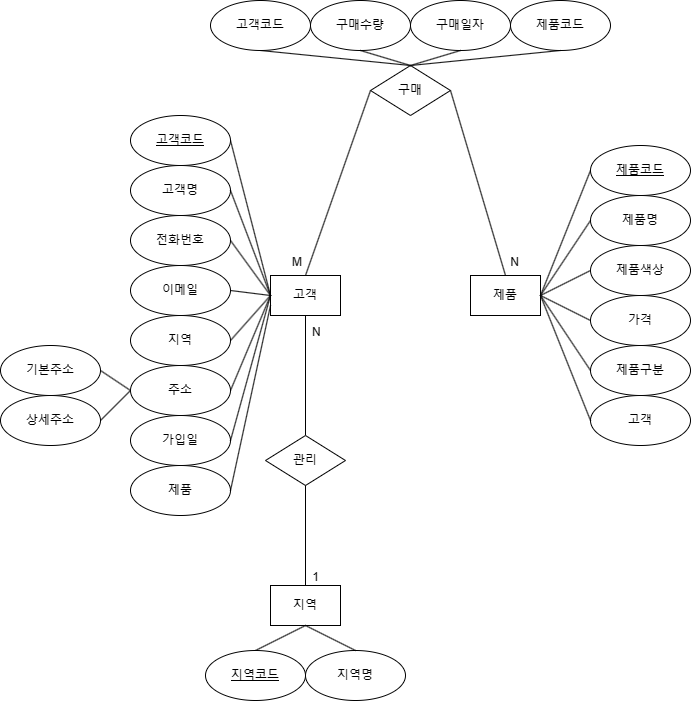
This is product.drawio.png from Eehnodu/DBStudy, a draw.io export, as it was before one commit. Source tidied: cells renumbered, new cells last; positions are measured from the earlier drawing's top-left corner, leaving out a move shared by most shapes. Its diagram source:
```xml
<mxGraphModel>
  <root>
    <mxCell id="0" />
    <mxCell id="1" parent="0" />
    <mxCell id="2" value="고객" style="rounded=0;whiteSpace=wrap;html=1;" parent="1" vertex="1">
      <mxGeometry x="270" y="275" width="70" height="40" as="geometry" />
    </mxCell>
    <mxCell id="3" value="제품" style="rounded=0;whiteSpace=wrap;html=1;" parent="1" vertex="1">
      <mxGeometry x="470" y="275" width="70" height="40" as="geometry" />
    </mxCell>
    <mxCell id="4" value="지역" style="rounded=0;whiteSpace=wrap;html=1;" parent="1" vertex="1">
      <mxGeometry x="270" y="585" width="70" height="40" as="geometry" />
    </mxCell>
    <mxCell id="5" value="지역명" style="ellipse;whiteSpace=wrap;html=1;" parent="1" vertex="1">
      <mxGeometry x="305" y="650" width="100" height="50" as="geometry" />
    </mxCell>
    <mxCell id="6" value="고객명" style="ellipse;whiteSpace=wrap;html=1;" parent="1" vertex="1">
      <mxGeometry x="130" y="165" width="100" height="50" as="geometry" />
    </mxCell>
    <mxCell id="7" value="전화번호" style="ellipse;whiteSpace=wrap;html=1;" parent="1" vertex="1">
      <mxGeometry x="130" y="215" width="100" height="50" as="geometry" />
    </mxCell>
    <mxCell id="8" value="이메일" style="ellipse;whiteSpace=wrap;html=1;" parent="1" vertex="1">
      <mxGeometry x="130" y="265" width="100" height="50" as="geometry" />
    </mxCell>
    <mxCell id="9" value="지역" style="ellipse;whiteSpace=wrap;html=1;" parent="1" vertex="1">
      <mxGeometry x="130" y="315" width="100" height="50" as="geometry" />
    </mxCell>
    <mxCell id="10" value="기본주소" style="ellipse;whiteSpace=wrap;html=1;" parent="1" vertex="1">
      <mxGeometry y="345" width="100" height="50" as="geometry" />
    </mxCell>
    <mxCell id="11" value="가입일" style="ellipse;whiteSpace=wrap;html=1;" parent="1" vertex="1">
      <mxGeometry x="130" y="415" width="100" height="50" as="geometry" />
    </mxCell>
    <mxCell id="12" value="구매수량" style="ellipse;whiteSpace=wrap;html=1;" parent="1" vertex="1">
      <mxGeometry x="310" width="100" height="50" as="geometry" />
    </mxCell>
    <mxCell id="13" value="구매일자" style="ellipse;whiteSpace=wrap;html=1;" parent="1" vertex="1">
      <mxGeometry x="410" width="100" height="50" as="geometry" />
    </mxCell>
    <mxCell id="14" value="제품색상" style="ellipse;whiteSpace=wrap;html=1;" parent="1" vertex="1">
      <mxGeometry x="590" y="245" width="100" height="50" as="geometry" />
    </mxCell>
    <mxCell id="15" value="가격" style="ellipse;whiteSpace=wrap;html=1;" parent="1" vertex="1">
      <mxGeometry x="590" y="295" width="100" height="50" as="geometry" />
    </mxCell>
    <mxCell id="16" value="구매" style="rhombus;whiteSpace=wrap;html=1;" parent="1" vertex="1">
      <mxGeometry x="370" y="65" width="80" height="50" as="geometry" />
    </mxCell>
    <mxCell id="17" value="제품명" style="ellipse;whiteSpace=wrap;html=1;" parent="1" vertex="1">
      <mxGeometry x="590" y="195" width="100" height="50" as="geometry" />
    </mxCell>
    <mxCell id="18" style="endArrow=none;html=1;rounded=0;exitX=1;exitY=0.5;exitDx=0;exitDy=0;entryX=0;entryY=0.5;entryDx=0;entryDy=0;" parent="1" edge="1" source="41" target="2">
      <mxGeometry relative="1" as="geometry" />
    </mxCell>
    <mxCell id="19" style="endArrow=none;html=1;rounded=0;exitX=1;exitY=0.5;exitDx=0;exitDy=0;entryX=0;entryY=0.5;entryDx=0;entryDy=0;" parent="1" edge="1" source="6" target="2">
      <mxGeometry relative="1" as="geometry" />
    </mxCell>
    <mxCell id="20" style="endArrow=none;html=1;rounded=0;exitX=1;exitY=0.5;exitDx=0;exitDy=0;entryX=0;entryY=0.5;entryDx=0;entryDy=0;" parent="1" edge="1" source="7" target="2">
      <mxGeometry relative="1" as="geometry" />
    </mxCell>
    <mxCell id="21" style="endArrow=none;html=1;rounded=0;exitX=1;exitY=0.5;exitDx=0;exitDy=0;entryX=0;entryY=0.5;entryDx=0;entryDy=0;" parent="1" edge="1" source="11" target="2">
      <mxGeometry relative="1" as="geometry" />
    </mxCell>
    <mxCell id="22" style="endArrow=none;html=1;rounded=0;exitX=1;exitY=0.5;exitDx=0;exitDy=0;entryX=0;entryY=0.5;entryDx=0;entryDy=0;" parent="1" edge="1" source="8" target="2">
      <mxGeometry relative="1" as="geometry" />
    </mxCell>
    <mxCell id="23" style="endArrow=none;html=1;rounded=0;exitX=1;exitY=0.5;exitDx=0;exitDy=0;entryX=0;entryY=0.5;entryDx=0;entryDy=0;" parent="1" edge="1" source="45" target="2">
      <mxGeometry relative="1" as="geometry" />
    </mxCell>
    <mxCell id="24" style="endArrow=none;html=1;rounded=0;exitX=1;exitY=0.5;exitDx=0;exitDy=0;entryX=0;entryY=0.5;entryDx=0;entryDy=0;" parent="1" edge="1" source="9" target="2">
      <mxGeometry relative="1" as="geometry" />
    </mxCell>
    <mxCell id="25" style="endArrow=none;html=1;rounded=0;exitX=0.5;exitY=1;exitDx=0;exitDy=0;entryX=0.5;entryY=0;entryDx=0;entryDy=0;" parent="1" edge="1" source="4" target="42">
      <mxGeometry relative="1" as="geometry" />
    </mxCell>
    <mxCell id="26" style="endArrow=none;html=1;rounded=0;exitX=1;exitY=0.5;exitDx=0;exitDy=0;entryX=0;entryY=0.5;entryDx=0;entryDy=0;" parent="1" edge="1" source="34" target="45">
      <mxGeometry relative="1" as="geometry" />
    </mxCell>
    <mxCell id="27" style="endArrow=none;html=1;rounded=0;exitX=0.5;exitY=1;exitDx=0;exitDy=0;entryX=0.5;entryY=0;entryDx=0;entryDy=0;" parent="1" edge="1" source="4" target="5">
      <mxGeometry relative="1" as="geometry" />
    </mxCell>
    <mxCell id="28" style="endArrow=none;html=1;rounded=0;exitX=1;exitY=0.5;exitDx=0;exitDy=0;entryX=0;entryY=0.5;entryDx=0;entryDy=0;" parent="1" edge="1" source="3" target="43">
      <mxGeometry relative="1" as="geometry" />
    </mxCell>
    <mxCell id="29" style="endArrow=none;html=1;rounded=0;exitX=0;exitY=0.5;exitDx=0;exitDy=0;entryX=1;entryY=0.5;entryDx=0;entryDy=0;" parent="1" edge="1" source="15" target="3">
      <mxGeometry relative="1" as="geometry" />
    </mxCell>
    <mxCell id="30" style="endArrow=none;html=1;rounded=0;exitX=1;exitY=0.5;exitDx=0;exitDy=0;entryX=0;entryY=0.5;entryDx=0;entryDy=0;" parent="1" edge="1" source="3" target="14">
      <mxGeometry relative="1" as="geometry" />
    </mxCell>
    <mxCell id="31" style="endArrow=none;html=1;rounded=0;exitX=1;exitY=0.5;exitDx=0;exitDy=0;entryX=0;entryY=0.5;entryDx=0;entryDy=0;" parent="1" edge="1" source="3" target="17">
      <mxGeometry relative="1" as="geometry" />
    </mxCell>
    <mxCell id="32" style="endArrow=none;html=1;rounded=0;exitX=0.5;exitY=1;exitDx=0;exitDy=0;entryX=0.5;entryY=0;entryDx=0;entryDy=0;" parent="1" edge="1" source="13" target="16">
      <mxGeometry relative="1" as="geometry" />
    </mxCell>
    <mxCell id="33" style="endArrow=none;html=1;rounded=0;exitX=0.5;exitY=1;exitDx=0;exitDy=0;entryX=0.5;entryY=0;entryDx=0;entryDy=0;" parent="1" edge="1" source="12" target="16">
      <mxGeometry relative="1" as="geometry" />
    </mxCell>
    <mxCell id="34" value="상세주소" style="ellipse;whiteSpace=wrap;html=1;" parent="1" vertex="1">
      <mxGeometry y="395" width="100" height="50" as="geometry" />
    </mxCell>
    <mxCell id="35" style="endArrow=none;html=1;rounded=0;exitX=1;exitY=0.5;exitDx=0;exitDy=0;entryX=0;entryY=0.5;entryDx=0;entryDy=0;" parent="1" edge="1" source="10" target="45">
      <mxGeometry relative="1" as="geometry" />
    </mxCell>
    <mxCell id="36" style="endArrow=none;html=1;rounded=0;entryX=0.5;entryY=0;entryDx=0;entryDy=0;exitX=0.5;exitY=1;exitDx=0;exitDy=0;" parent="1" edge="1" source="2" target="52">
      <mxGeometry relative="1" as="geometry" />
    </mxCell>
    <mxCell id="37" value="N" style="html=1;whiteSpace=wrap;align=left;verticalAlign=bottom;" parent="36" vertex="1">
      <mxGeometry x="-1" relative="1" as="geometry">
        <mxPoint x="5" y="25" as="offset" />
      </mxGeometry>
    </mxCell>
    <mxCell id="38" value="제품코드" style="ellipse;whiteSpace=wrap;html=1;" parent="1" vertex="1">
      <mxGeometry x="510" width="100" height="50" as="geometry" />
    </mxCell>
    <mxCell id="39" style="endArrow=none;html=1;rounded=0;exitX=0.5;exitY=1;exitDx=0;exitDy=0;entryX=0.5;entryY=0;entryDx=0;entryDy=0;" parent="1" edge="1" source="44" target="16">
      <mxGeometry relative="1" as="geometry" />
    </mxCell>
    <mxCell id="40" style="endArrow=none;html=1;rounded=0;exitX=0.5;exitY=0;exitDx=0;exitDy=0;entryX=0.5;entryY=1;entryDx=0;entryDy=0;" parent="1" edge="1" source="16" target="38">
      <mxGeometry relative="1" as="geometry" />
    </mxCell>
    <mxCell id="41" value="고객코드" style="ellipse;whiteSpace=wrap;html=1;align=center;fontStyle=4;" parent="1" vertex="1">
      <mxGeometry x="130" y="115" width="100" height="50" as="geometry" />
    </mxCell>
    <mxCell id="42" value="지역코드" style="ellipse;whiteSpace=wrap;html=1;align=center;fontStyle=4;" parent="1" vertex="1">
      <mxGeometry x="205" y="650" width="100" height="50" as="geometry" />
    </mxCell>
    <mxCell id="43" value="제품코드" style="ellipse;whiteSpace=wrap;html=1;align=center;fontStyle=4;" parent="1" vertex="1">
      <mxGeometry x="590" y="145" width="100" height="50" as="geometry" />
    </mxCell>
    <mxCell id="44" value="고객코드" style="ellipse;whiteSpace=wrap;html=1;" parent="1" vertex="1">
      <mxGeometry x="210" width="100" height="50" as="geometry" />
    </mxCell>
    <mxCell id="45" value="주소" style="ellipse;whiteSpace=wrap;html=1;" parent="1" vertex="1">
      <mxGeometry x="130" y="365" width="100" height="50" as="geometry" />
    </mxCell>
    <mxCell id="46" style="endArrow=none;html=1;rounded=0;entryX=0.5;entryY=0;entryDx=0;entryDy=0;exitX=0;exitY=0.5;exitDx=0;exitDy=0;" parent="1" edge="1" source="16" target="2">
      <mxGeometry relative="1" as="geometry" />
    </mxCell>
    <mxCell id="47" value="M" style="html=1;whiteSpace=wrap;align=left;verticalAlign=bottom;" parent="46" vertex="1">
      <mxGeometry x="-1" relative="1" as="geometry">
        <mxPoint x="-80" y="180" as="offset" />
      </mxGeometry>
    </mxCell>
    <mxCell id="48" style="endArrow=none;html=1;rounded=0;entryX=1;entryY=0.5;entryDx=0;entryDy=0;exitX=0.5;exitY=0;exitDx=0;exitDy=0;" parent="1" edge="1" source="3" target="16">
      <mxGeometry relative="1" as="geometry" />
    </mxCell>
    <mxCell id="49" value="N" style="html=1;whiteSpace=wrap;align=right;verticalAlign=bottom;" parent="48" vertex="1">
      <mxGeometry x="1" relative="1" as="geometry">
        <mxPoint x="70" y="180" as="offset" />
      </mxGeometry>
    </mxCell>
    <mxCell id="50" value="제품" style="ellipse;whiteSpace=wrap;html=1;" parent="1" vertex="1">
      <mxGeometry x="130" y="465" width="100" height="50" as="geometry" />
    </mxCell>
    <mxCell id="51" style="endArrow=none;html=1;rounded=0;exitX=1;exitY=0.5;exitDx=0;exitDy=0;entryX=0;entryY=0.75;entryDx=0;entryDy=0;" parent="1" edge="1" source="50" target="2">
      <mxGeometry relative="1" as="geometry" />
    </mxCell>
    <mxCell id="52" value="관리" style="rhombus;whiteSpace=wrap;html=1;" parent="1" vertex="1">
      <mxGeometry x="265" y="435" width="80" height="50" as="geometry" />
    </mxCell>
    <mxCell id="53" style="endArrow=none;html=1;rounded=0;entryX=0.5;entryY=0;entryDx=0;entryDy=0;exitX=0.5;exitY=1;exitDx=0;exitDy=0;" parent="1" edge="1" source="52" target="4">
      <mxGeometry relative="1" as="geometry" />
    </mxCell>
    <mxCell id="54" value="1" style="html=1;whiteSpace=wrap;align=right;verticalAlign=bottom;" parent="53" vertex="1">
      <mxGeometry x="1" relative="1" as="geometry">
        <mxPoint x="15" as="offset" />
      </mxGeometry>
    </mxCell>
    <mxCell id="55" value="제품구분" style="ellipse;whiteSpace=wrap;html=1;" parent="1" vertex="1">
      <mxGeometry x="590" y="345" width="100" height="50" as="geometry" />
    </mxCell>
    <mxCell id="56" value="고객" style="ellipse;whiteSpace=wrap;html=1;" parent="1" vertex="1">
      <mxGeometry x="590" y="395" width="100" height="50" as="geometry" />
    </mxCell>
    <mxCell id="57" style="endArrow=none;html=1;rounded=0;exitX=1;exitY=0.5;exitDx=0;exitDy=0;entryX=0;entryY=0.5;entryDx=0;entryDy=0;" parent="1" edge="1" source="3" target="55">
      <mxGeometry relative="1" as="geometry" />
    </mxCell>
    <mxCell id="58" style="endArrow=none;html=1;rounded=0;exitX=1;exitY=0.5;exitDx=0;exitDy=0;entryX=0;entryY=0.5;entryDx=0;entryDy=0;" parent="1" edge="1" source="3" target="56">
      <mxGeometry relative="1" as="geometry" />
    </mxCell>
  </root>
</mxGraphModel>
```
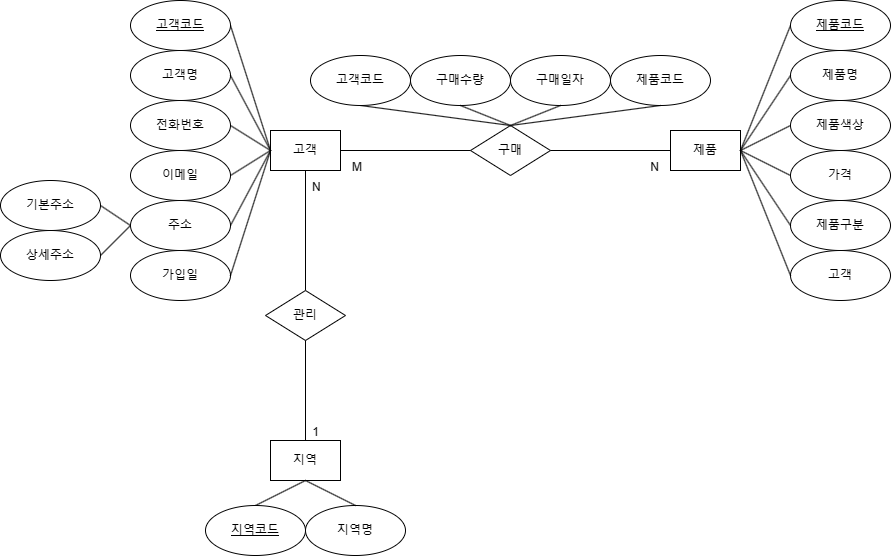
Above is the later version.

Change to the diagram source:
```diff
@@ -6,7 +6,7 @@
       <mxGeometry x="270" y="275" width="70" height="40" as="geometry" />
     </mxCell>
     <mxCell id="3" value="제품" style="rounded=0;whiteSpace=wrap;html=1;" parent="1" vertex="1">
-      <mxGeometry x="470" y="275" width="70" height="40" as="geometry" />
+      <mxGeometry x="670" y="275" width="70" height="40" as="geometry" />
     </mxCell>
     <mxCell id="4" value="지역" style="rounded=0;whiteSpace=wrap;html=1;" parent="1" vertex="1">
       <mxGeometry x="270" y="585" width="70" height="40" as="geometry" />
@@ -15,40 +15,37 @@
       <mxGeometry x="305" y="650" width="100" height="50" as="geometry" />
     </mxCell>
     <mxCell id="6" value="고객명" style="ellipse;whiteSpace=wrap;html=1;" parent="1" vertex="1">
-      <mxGeometry x="130" y="165" width="100" height="50" as="geometry" />
+      <mxGeometry x="130" y="195" width="100" height="50" as="geometry" />
     </mxCell>
     <mxCell id="7" value="전화번호" style="ellipse;whiteSpace=wrap;html=1;" parent="1" vertex="1">
-      <mxGeometry x="130" y="215" width="100" height="50" as="geometry" />
+      <mxGeometry x="130" y="245" width="100" height="50" as="geometry" />
     </mxCell>
     <mxCell id="8" value="이메일" style="ellipse;whiteSpace=wrap;html=1;" parent="1" vertex="1">
-      <mxGeometry x="130" y="265" width="100" height="50" as="geometry" />
+      <mxGeometry x="130" y="295" width="100" height="50" as="geometry" />
     </mxCell>
-    <mxCell id="9" value="지역" style="ellipse;whiteSpace=wrap;html=1;" parent="1" vertex="1">
-      <mxGeometry x="130" y="315" width="100" height="50" as="geometry" />
-    </mxCell>
     <mxCell id="10" value="기본주소" style="ellipse;whiteSpace=wrap;html=1;" parent="1" vertex="1">
-      <mxGeometry y="345" width="100" height="50" as="geometry" />
+      <mxGeometry y="325" width="100" height="50" as="geometry" />
     </mxCell>
     <mxCell id="11" value="가입일" style="ellipse;whiteSpace=wrap;html=1;" parent="1" vertex="1">
-      <mxGeometry x="130" y="415" width="100" height="50" as="geometry" />
+      <mxGeometry x="130" y="395" width="100" height="50" as="geometry" />
     </mxCell>
     <mxCell id="12" value="구매수량" style="ellipse;whiteSpace=wrap;html=1;" parent="1" vertex="1">
-      <mxGeometry x="310" width="100" height="50" as="geometry" />
+      <mxGeometry x="410" y="200" width="100" height="50" as="geometry" />
     </mxCell>
     <mxCell id="13" value="구매일자" style="ellipse;whiteSpace=wrap;html=1;" parent="1" vertex="1">
-      <mxGeometry x="410" width="100" height="50" as="geometry" />
+      <mxGeometry x="510" y="200" width="100" height="50" as="geometry" />
     </mxCell>
     <mxCell id="14" value="제품색상" style="ellipse;whiteSpace=wrap;html=1;" parent="1" vertex="1">
-      <mxGeometry x="590" y="245" width="100" height="50" as="geometry" />
+      <mxGeometry x="790" y="245" width="100" height="50" as="geometry" />
     </mxCell>
     <mxCell id="15" value="가격" style="ellipse;whiteSpace=wrap;html=1;" parent="1" vertex="1">
-      <mxGeometry x="590" y="295" width="100" height="50" as="geometry" />
+      <mxGeometry x="790" y="295" width="100" height="50" as="geometry" />
     </mxCell>
     <mxCell id="16" value="구매" style="rhombus;whiteSpace=wrap;html=1;" parent="1" vertex="1">
-      <mxGeometry x="370" y="65" width="80" height="50" as="geometry" />
+      <mxGeometry x="470" y="270" width="80" height="50" as="geometry" />
     </mxCell>
     <mxCell id="17" value="제품명" style="ellipse;whiteSpace=wrap;html=1;" parent="1" vertex="1">
-      <mxGeometry x="590" y="195" width="100" height="50" as="geometry" />
+      <mxGeometry x="790" y="195" width="100" height="50" as="geometry" />
     </mxCell>
     <mxCell id="18" style="endArrow=none;html=1;rounded=0;exitX=1;exitY=0.5;exitDx=0;exitDy=0;entryX=0;entryY=0.5;entryDx=0;entryDy=0;" parent="1" edge="1" source="41" target="2">
       <mxGeometry relative="1" as="geometry" />
@@ -68,9 +65,6 @@
     <mxCell id="23" style="endArrow=none;html=1;rounded=0;exitX=1;exitY=0.5;exitDx=0;exitDy=0;entryX=0;entryY=0.5;entryDx=0;entryDy=0;" parent="1" edge="1" source="45" target="2">
       <mxGeometry relative="1" as="geometry" />
     </mxCell>
-    <mxCell id="24" style="endArrow=none;html=1;rounded=0;exitX=1;exitY=0.5;exitDx=0;exitDy=0;entryX=0;entryY=0.5;entryDx=0;entryDy=0;" parent="1" edge="1" source="9" target="2">
-      <mxGeometry relative="1" as="geometry" />
-    </mxCell>
     <mxCell id="25" style="endArrow=none;html=1;rounded=0;exitX=0.5;exitY=1;exitDx=0;exitDy=0;entryX=0.5;entryY=0;entryDx=0;entryDy=0;" parent="1" edge="1" source="4" target="42">
       <mxGeometry relative="1" as="geometry" />
     </mxCell>
@@ -99,7 +93,7 @@
       <mxGeometry relative="1" as="geometry" />
     </mxCell>
     <mxCell id="34" value="상세주소" style="ellipse;whiteSpace=wrap;html=1;" parent="1" vertex="1">
-      <mxGeometry y="395" width="100" height="50" as="geometry" />
+      <mxGeometry y="375" width="100" height="50" as="geometry" />
     </mxCell>
     <mxCell id="35" style="endArrow=none;html=1;rounded=0;exitX=1;exitY=0.5;exitDx=0;exitDy=0;entryX=0;entryY=0.5;entryDx=0;entryDy=0;" parent="1" edge="1" source="10" target="45">
       <mxGeometry relative="1" as="geometry" />
@@ -113,7 +107,7 @@
       </mxGeometry>
     </mxCell>
     <mxCell id="38" value="제품코드" style="ellipse;whiteSpace=wrap;html=1;" parent="1" vertex="1">
-      <mxGeometry x="510" width="100" height="50" as="geometry" />
+      <mxGeometry x="610" y="200" width="100" height="50" as="geometry" />
     </mxCell>
     <mxCell id="39" style="endArrow=none;html=1;rounded=0;exitX=0.5;exitY=1;exitDx=0;exitDy=0;entryX=0.5;entryY=0;entryDx=0;entryDy=0;" parent="1" edge="1" source="44" target="16">
       <mxGeometry relative="1" as="geometry" />
@@ -122,42 +116,36 @@
       <mxGeometry relative="1" as="geometry" />
     </mxCell>
     <mxCell id="41" value="고객코드" style="ellipse;whiteSpace=wrap;html=1;align=center;fontStyle=4;" parent="1" vertex="1">
-      <mxGeometry x="130" y="115" width="100" height="50" as="geometry" />
+      <mxGeometry x="130" y="145" width="100" height="50" as="geometry" />
     </mxCell>
     <mxCell id="42" value="지역코드" style="ellipse;whiteSpace=wrap;html=1;align=center;fontStyle=4;" parent="1" vertex="1">
       <mxGeometry x="205" y="650" width="100" height="50" as="geometry" />
     </mxCell>
     <mxCell id="43" value="제품코드" style="ellipse;whiteSpace=wrap;html=1;align=center;fontStyle=4;" parent="1" vertex="1">
-      <mxGeometry x="590" y="145" width="100" height="50" as="geometry" />
+      <mxGeometry x="790" y="145" width="100" height="50" as="geometry" />
     </mxCell>
     <mxCell id="44" value="고객코드" style="ellipse;whiteSpace=wrap;html=1;" parent="1" vertex="1">
-      <mxGeometry x="210" width="100" height="50" as="geometry" />
+      <mxGeometry x="310" y="200" width="100" height="50" as="geometry" />
     </mxCell>
     <mxCell id="45" value="주소" style="ellipse;whiteSpace=wrap;html=1;" parent="1" vertex="1">
-      <mxGeometry x="130" y="365" width="100" height="50" as="geometry" />
+      <mxGeometry x="130" y="345" width="100" height="50" as="geometry" />
     </mxCell>
-    <mxCell id="46" style="endArrow=none;html=1;rounded=0;entryX=0.5;entryY=0;entryDx=0;entryDy=0;exitX=0;exitY=0.5;exitDx=0;exitDy=0;" parent="1" edge="1" source="16" target="2">
+    <mxCell id="46" style="endArrow=none;html=1;rounded=0;entryX=1;entryY=0.5;entryDx=0;entryDy=0;exitX=0;exitY=0.5;exitDx=0;exitDy=0;" parent="1" edge="1" source="16" target="2">
       <mxGeometry relative="1" as="geometry" />
     </mxCell>
     <mxCell id="47" value="M" style="html=1;whiteSpace=wrap;align=left;verticalAlign=bottom;" parent="46" vertex="1">
       <mxGeometry x="-1" relative="1" as="geometry">
-        <mxPoint x="-80" y="180" as="offset" />
+        <mxPoint x="-120" y="25" as="offset" />
       </mxGeometry>
     </mxCell>
-    <mxCell id="48" style="endArrow=none;html=1;rounded=0;entryX=1;entryY=0.5;entryDx=0;entryDy=0;exitX=0.5;exitY=0;exitDx=0;exitDy=0;" parent="1" edge="1" source="3" target="16">
+    <mxCell id="48" style="endArrow=none;html=1;rounded=0;entryX=1;entryY=0.5;entryDx=0;entryDy=0;exitX=0;exitY=0.5;exitDx=0;exitDy=0;" parent="1" edge="1" source="3" target="16">
       <mxGeometry relative="1" as="geometry" />
     </mxCell>
     <mxCell id="49" value="N" style="html=1;whiteSpace=wrap;align=right;verticalAlign=bottom;" parent="48" vertex="1">
       <mxGeometry x="1" relative="1" as="geometry">
-        <mxPoint x="70" y="180" as="offset" />
+        <mxPoint x="110" y="25" as="offset" />
       </mxGeometry>
     </mxCell>
-    <mxCell id="50" value="제품" style="ellipse;whiteSpace=wrap;html=1;" parent="1" vertex="1">
-      <mxGeometry x="130" y="465" width="100" height="50" as="geometry" />
-    </mxCell>
-    <mxCell id="51" style="endArrow=none;html=1;rounded=0;exitX=1;exitY=0.5;exitDx=0;exitDy=0;entryX=0;entryY=0.75;entryDx=0;entryDy=0;" parent="1" edge="1" source="50" target="2">
-      <mxGeometry relative="1" as="geometry" />
-    </mxCell>
     <mxCell id="52" value="관리" style="rhombus;whiteSpace=wrap;html=1;" parent="1" vertex="1">
       <mxGeometry x="265" y="435" width="80" height="50" as="geometry" />
     </mxCell>
@@ -170,10 +158,10 @@
       </mxGeometry>
     </mxCell>
     <mxCell id="55" value="제품구분" style="ellipse;whiteSpace=wrap;html=1;" parent="1" vertex="1">
-      <mxGeometry x="590" y="345" width="100" height="50" as="geometry" />
+      <mxGeometry x="790" y="345" width="100" height="50" as="geometry" />
     </mxCell>
     <mxCell id="56" value="고객" style="ellipse;whiteSpace=wrap;html=1;" parent="1" vertex="1">
-      <mxGeometry x="590" y="395" width="100" height="50" as="geometry" />
+      <mxGeometry x="790" y="395" width="100" height="50" as="geometry" />
     </mxCell>
     <mxCell id="57" style="endArrow=none;html=1;rounded=0;exitX=1;exitY=0.5;exitDx=0;exitDy=0;entryX=0;entryY=0.5;entryDx=0;entryDy=0;" parent="1" edge="1" source="3" target="55">
       <mxGeometry relative="1" as="geometry" />
```
